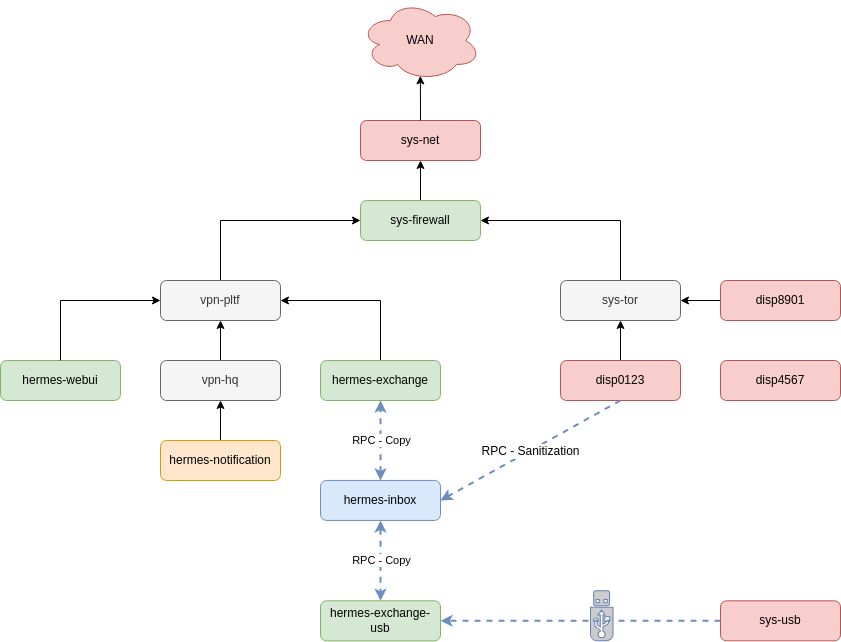
Above: hermes.drawio.png in fepitre/hermes-demo2 (draw.io), before the change. Source tidied: cells renumbered, new cells last; positions are measured from the earlier drawing's top-left corner, leaving out a move shared by most shapes. Source of this version:
```xml
<mxGraphModel>
  <root>
    <mxCell id="0" />
    <mxCell id="1" parent="0" />
    <mxCell id="2" value="sys-net" style="rounded=1;whiteSpace=wrap;html=1;fillColor=#f8cecc;strokeColor=#b85450;" parent="1" vertex="1">
      <mxGeometry x="360" y="120" width="120" height="40" as="geometry" />
    </mxCell>
    <mxCell id="3" style="edgeStyle=orthogonalEdgeStyle;rounded=0;jettySize=auto;html=1;exitX=0.5;exitY=0;exitDx=0;exitDy=0;entryX=0.5;entryY=1;entryDx=0;entryDy=0;" parent="1" edge="1" source="4" target="2">
      <mxGeometry relative="1" as="geometry" />
    </mxCell>
    <mxCell id="4" value="sys-firewall" style="rounded=1;whiteSpace=wrap;html=1;fillColor=#d5e8d4;strokeColor=#82b366;" parent="1" vertex="1">
      <mxGeometry x="360" y="200" width="120" height="40" as="geometry" />
    </mxCell>
    <mxCell id="5" style="edgeStyle=orthogonalEdgeStyle;rounded=0;jettySize=auto;html=1;exitX=0.5;exitY=0;exitDx=0;exitDy=0;entryX=1;entryY=0.5;entryDx=0;entryDy=0;" parent="1" edge="1" source="6" target="4">
      <mxGeometry relative="1" as="geometry" />
    </mxCell>
    <mxCell id="6" value="sys-tor" style="rounded=1;whiteSpace=wrap;html=1;fillColor=#f5f5f5;fontColor=#333333;strokeColor=#666666;" parent="1" vertex="1">
      <mxGeometry x="560" y="280" width="120" height="40" as="geometry" />
    </mxCell>
    <mxCell id="7" style="edgeStyle=orthogonalEdgeStyle;rounded=0;jettySize=auto;html=1;exitX=0.5;exitY=0;exitDx=0;exitDy=0;entryX=0;entryY=0.5;entryDx=0;entryDy=0;" parent="1" edge="1" source="8" target="4">
      <mxGeometry relative="1" as="geometry" />
    </mxCell>
    <mxCell id="8" value="vpn-pltf" style="rounded=1;whiteSpace=wrap;html=1;fillColor=#f5f5f5;fontColor=#333333;strokeColor=#666666;" parent="1" vertex="1">
      <mxGeometry x="160" y="280" width="120" height="40" as="geometry" />
    </mxCell>
    <mxCell id="9" value="hermes-webui" style="rounded=1;whiteSpace=wrap;html=1;fillColor=#d5e8d4;strokeColor=#82b366;" parent="1" vertex="1">
      <mxGeometry y="360" width="120" height="40" as="geometry" />
    </mxCell>
    <mxCell id="10" style="edgeStyle=orthogonalEdgeStyle;rounded=0;jettySize=auto;html=1;exitX=0.5;exitY=0;exitDx=0;exitDy=0;entryX=1;entryY=0.5;entryDx=0;entryDy=0;" parent="1" edge="1" source="11" target="8">
      <mxGeometry relative="1" as="geometry" />
    </mxCell>
    <mxCell id="11" value="hermes-exchange" style="rounded=1;whiteSpace=wrap;html=1;fillColor=#d5e8d4;strokeColor=#82b366;" parent="1" vertex="1">
      <mxGeometry x="320" y="360" width="120" height="40" as="geometry" />
    </mxCell>
    <mxCell id="12" value="hermes-inbox" style="rounded=1;whiteSpace=wrap;html=1;fillColor=#dae8fc;strokeColor=#6c8ebf;" parent="1" vertex="1">
      <mxGeometry x="320" y="480" width="120" height="40" as="geometry" />
    </mxCell>
    <mxCell id="13" value="hermes-exchange-usb" style="rounded=1;whiteSpace=wrap;html=1;fillColor=#d5e8d4;strokeColor=#82b366;" parent="1" vertex="1">
      <mxGeometry x="320" y="600.3" width="120" height="40" as="geometry" />
    </mxCell>
    <mxCell id="14" style="edgeStyle=orthogonalEdgeStyle;rounded=0;jettySize=auto;html=1;exitX=0.5;exitY=0;exitDx=0;exitDy=0;entryX=0.5;entryY=1;entryDx=0;entryDy=0;" parent="1" edge="1" source="15" target="6">
      <mxGeometry relative="1" as="geometry" />
    </mxCell>
    <mxCell id="15" value="disp0123" style="rounded=1;whiteSpace=wrap;html=1;fillColor=#f8cecc;strokeColor=#b85450;" parent="1" vertex="1">
      <mxGeometry x="560" y="360" width="120" height="40" as="geometry" />
    </mxCell>
    <mxCell id="16" value="WAN" style="ellipse;shape=cloud;whiteSpace=wrap;html=1;fillColor=#f8cecc;strokeColor=#b85450;" parent="1" vertex="1">
      <mxGeometry x="360" width="120" height="80" as="geometry" />
    </mxCell>
    <mxCell id="17" style="endArrow=classic;html=1;rounded=0;entryX=0.499;entryY=0.942;entryDx=0;entryDy=0;entryPerimeter=0;exitX=0.5;exitY=0;exitDx=0;exitDy=0;" parent="1" edge="1" source="2" target="16">
      <mxGeometry relative="1" as="geometry" />
    </mxCell>
    <mxCell id="18" style="edgeStyle=orthogonalEdgeStyle;rounded=0;jettySize=auto;html=1;exitX=0.5;exitY=0;exitDx=0;exitDy=0;entryX=0;entryY=0.5;entryDx=0;entryDy=0;" parent="1" edge="1" source="9" target="8">
      <mxGeometry relative="1" as="geometry" />
    </mxCell>
    <mxCell id="19" style="endArrow=classic;html=1;rounded=0;exitX=0.5;exitY=0;exitDx=0;exitDy=0;entryX=0.5;entryY=1;entryDx=0;entryDy=0;dashed=1;strokeWidth=2;fillColor=#dae8fc;strokeColor=#6c8ebf;startArrow=classic;startFill=1;" parent="1" edge="1" source="12" target="11">
      <mxGeometry relative="1" as="geometry" />
    </mxCell>
    <mxCell id="20" value="RPC - Copy" style="edgeLabel;html=1;align=center;verticalAlign=middle;" parent="19" vertex="1">
      <mxGeometry relative="1" as="geometry" />
    </mxCell>
    <mxCell id="21" style="endArrow=classic;html=1;rounded=0;exitX=0.5;exitY=1;exitDx=0;exitDy=0;entryX=0.5;entryY=0;entryDx=0;entryDy=0;dashed=1;strokeWidth=2;fillColor=#dae8fc;strokeColor=#6c8ebf;startArrow=classic;startFill=1;" parent="1" edge="1" source="12" target="13">
      <mxGeometry relative="1" as="geometry" />
    </mxCell>
    <mxCell id="22" value="RPC - Copy" style="edgeLabel;html=1;align=center;verticalAlign=middle;" parent="21" vertex="1">
      <mxGeometry relative="1" as="geometry" />
    </mxCell>
    <mxCell id="23" style="endArrow=classic;html=1;rounded=0;exitX=0.5;exitY=1;exitDx=0;exitDy=0;entryX=1;entryY=0.5;entryDx=0;entryDy=0;dashed=1;strokeWidth=2;fillColor=#dae8fc;strokeColor=#6c8ebf;" parent="1" edge="1" source="15" target="12">
      <mxGeometry relative="1" as="geometry" />
    </mxCell>
    <mxCell id="24" value="RPC - Sanitization" style="edgeLabel;html=1;align=center;verticalAlign=middle;fontSize=12;" parent="23" vertex="1">
      <mxGeometry relative="1" as="geometry" />
    </mxCell>
    <mxCell id="25" value="sys-usb" style="rounded=1;whiteSpace=wrap;html=1;fillColor=#f8cecc;strokeColor=#b85450;" parent="1" vertex="1">
      <mxGeometry x="720" y="600.3" width="120" height="40" as="geometry" />
    </mxCell>
    <mxCell id="26" style="endArrow=classic;html=1;rounded=0;exitX=0;exitY=0.5;exitDx=0;exitDy=0;entryX=1;entryY=0.5;entryDx=0;entryDy=0;dashed=1;strokeWidth=2;fillColor=#dae8fc;strokeColor=#6c8ebf;" parent="1" edge="1" source="25" target="13">
      <mxGeometry relative="1" as="geometry" />
    </mxCell>
    <mxCell id="27" style="fontColor=#0066CC;verticalAlign=top;verticalLabelPosition=bottom;labelPosition=center;align=center;html=1;fillColor=#CCCCCC;strokeColor=#6881B3;gradientColor=none;gradientDirection=north;strokeWidth=2;shape=mxgraph.networks.usb_stick;" parent="1" vertex="1">
      <mxGeometry x="590" y="590.3" width="22.5" height="50" as="geometry" />
    </mxCell>
    <mxCell id="28" value="disp4567" style="rounded=1;whiteSpace=wrap;html=1;fillColor=#f8cecc;strokeColor=#b85450;" parent="1" vertex="1">
      <mxGeometry x="720" y="360" width="120" height="40" as="geometry" />
    </mxCell>
    <mxCell id="29" style="edgeStyle=orthogonalEdgeStyle;rounded=0;jettySize=auto;html=1;exitX=0;exitY=0.5;exitDx=0;exitDy=0;entryX=1;entryY=0.5;entryDx=0;entryDy=0;" parent="1" edge="1" source="30" target="6">
      <mxGeometry relative="1" as="geometry" />
    </mxCell>
    <mxCell id="30" value="disp8901" style="rounded=1;whiteSpace=wrap;html=1;fillColor=#f8cecc;strokeColor=#b85450;" parent="1" vertex="1">
      <mxGeometry x="720" y="280" width="120" height="40" as="geometry" />
    </mxCell>
    <mxCell id="31" style="edgeStyle=orthogonalEdgeStyle;rounded=0;jettySize=auto;html=1;exitX=0.5;exitY=0;exitDx=0;exitDy=0;entryX=0.5;entryY=1;entryDx=0;entryDy=0;" parent="1" edge="1" source="32" target="34">
      <mxGeometry relative="1" as="geometry" />
    </mxCell>
    <mxCell id="32" value="hermes-notification" style="rounded=1;whiteSpace=wrap;html=1;fillColor=#ffe6cc;strokeColor=#d79b00;" parent="1" vertex="1">
      <mxGeometry x="160" y="440" width="120" height="40" as="geometry" />
    </mxCell>
    <mxCell id="33" style="edgeStyle=orthogonalEdgeStyle;rounded=0;jettySize=auto;html=1;exitX=0.5;exitY=0;exitDx=0;exitDy=0;entryX=0.5;entryY=1;entryDx=0;entryDy=0;" parent="1" edge="1" source="34" target="8">
      <mxGeometry relative="1" as="geometry" />
    </mxCell>
    <mxCell id="34" value="vpn-hq" style="rounded=1;whiteSpace=wrap;html=1;fillColor=#f5f5f5;fontColor=#333333;strokeColor=#666666;" parent="1" vertex="1">
      <mxGeometry x="160" y="360" width="120" height="40" as="geometry" />
    </mxCell>
  </root>
</mxGraphModel>
```
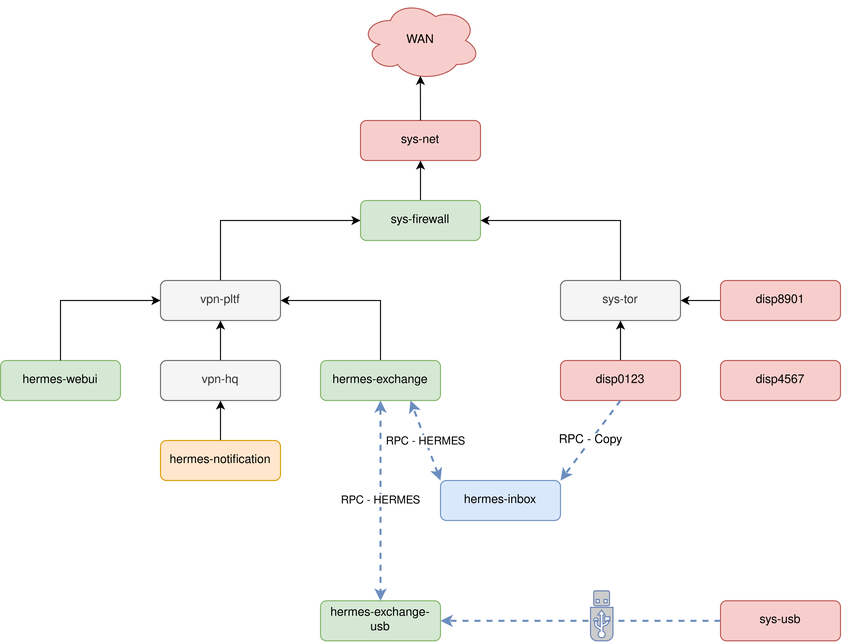
After the commit.

Diff of the diagram source:
```diff
@@ -33,7 +33,7 @@
       <mxGeometry x="320" y="360" width="120" height="40" as="geometry" />
     </mxCell>
     <mxCell id="12" value="hermes-inbox" style="rounded=1;whiteSpace=wrap;html=1;fillColor=#dae8fc;strokeColor=#6c8ebf;" parent="1" vertex="1">
-      <mxGeometry x="320" y="480" width="120" height="40" as="geometry" />
+      <mxGeometry x="440" y="480" width="120" height="40" as="geometry" />
     </mxCell>
     <mxCell id="13" value="hermes-exchange-usb" style="rounded=1;whiteSpace=wrap;html=1;fillColor=#d5e8d4;strokeColor=#82b366;" parent="1" vertex="1">
       <mxGeometry x="320" y="600.3" width="120" height="40" as="geometry" />
@@ -53,22 +53,22 @@
     <mxCell id="18" style="edgeStyle=orthogonalEdgeStyle;rounded=0;jettySize=auto;html=1;exitX=0.5;exitY=0;exitDx=0;exitDy=0;entryX=0;entryY=0.5;entryDx=0;entryDy=0;" parent="1" edge="1" source="9" target="8">
       <mxGeometry relative="1" as="geometry" />
     </mxCell>
-    <mxCell id="19" style="endArrow=classic;html=1;rounded=0;exitX=0.5;exitY=0;exitDx=0;exitDy=0;entryX=0.5;entryY=1;entryDx=0;entryDy=0;dashed=1;strokeWidth=2;fillColor=#dae8fc;strokeColor=#6c8ebf;startArrow=classic;startFill=1;" parent="1" edge="1" source="12" target="11">
+    <mxCell id="19" style="endArrow=classic;html=1;rounded=0;exitX=0;exitY=0;exitDx=0;exitDy=0;entryX=0.75;entryY=1;entryDx=0;entryDy=0;dashed=1;strokeWidth=2;fillColor=#dae8fc;strokeColor=#6c8ebf;startArrow=classic;startFill=1;" parent="1" edge="1" source="12" target="11">
       <mxGeometry relative="1" as="geometry" />
     </mxCell>
-    <mxCell id="20" value="RPC - Copy" style="edgeLabel;html=1;align=center;verticalAlign=middle;" parent="19" vertex="1">
+    <mxCell id="20" value="RPC - HERMES" style="edgeLabel;html=1;align=center;verticalAlign=middle;" parent="19" vertex="1">
       <mxGeometry relative="1" as="geometry" />
     </mxCell>
-    <mxCell id="21" style="endArrow=classic;html=1;rounded=0;exitX=0.5;exitY=1;exitDx=0;exitDy=0;entryX=0.5;entryY=0;entryDx=0;entryDy=0;dashed=1;strokeWidth=2;fillColor=#dae8fc;strokeColor=#6c8ebf;startArrow=classic;startFill=1;" parent="1" edge="1" source="12" target="13">
+    <mxCell id="21" style="endArrow=classic;html=1;rounded=0;exitX=0.5;exitY=1;exitDx=0;exitDy=0;entryX=0.5;entryY=0;entryDx=0;entryDy=0;dashed=1;strokeWidth=2;fillColor=#dae8fc;strokeColor=#6c8ebf;startArrow=classic;startFill=1;" parent="1" edge="1" source="11" target="13">
       <mxGeometry relative="1" as="geometry" />
     </mxCell>
-    <mxCell id="22" value="RPC - Copy" style="edgeLabel;html=1;align=center;verticalAlign=middle;" parent="21" vertex="1">
+    <mxCell id="22" value="RPC - HERMES" style="edgeLabel;html=1;align=center;verticalAlign=middle;" parent="21" vertex="1">
       <mxGeometry relative="1" as="geometry" />
     </mxCell>
-    <mxCell id="23" style="endArrow=classic;html=1;rounded=0;exitX=0.5;exitY=1;exitDx=0;exitDy=0;entryX=1;entryY=0.5;entryDx=0;entryDy=0;dashed=1;strokeWidth=2;fillColor=#dae8fc;strokeColor=#6c8ebf;" parent="1" edge="1" source="15" target="12">
+    <mxCell id="23" style="endArrow=classic;html=1;rounded=0;exitX=0.5;exitY=1;exitDx=0;exitDy=0;entryX=1;entryY=0;entryDx=0;entryDy=0;dashed=1;strokeWidth=2;fillColor=#dae8fc;strokeColor=#6c8ebf;" parent="1" edge="1" source="15" target="12">
       <mxGeometry relative="1" as="geometry" />
     </mxCell>
-    <mxCell id="24" value="RPC - Sanitization" style="edgeLabel;html=1;align=center;verticalAlign=middle;fontSize=12;" parent="23" vertex="1">
+    <mxCell id="24" value="RPC - Copy" style="edgeLabel;html=1;align=center;verticalAlign=middle;fontSize=12;" parent="23" vertex="1">
       <mxGeometry relative="1" as="geometry" />
     </mxCell>
     <mxCell id="25" value="sys-usb" style="rounded=1;whiteSpace=wrap;html=1;fillColor=#f8cecc;strokeColor=#b85450;" parent="1" vertex="1">
```
